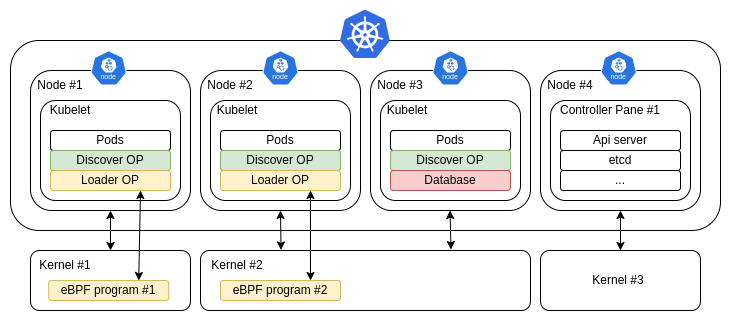
Earlier version of the draw.io export docs/images/overall-design.png (San7o/hive-operator). Source tidied: cells renumbered, new cells last; positions are measured from the earlier drawing's top-left corner, leaving out a move shared by most shapes.
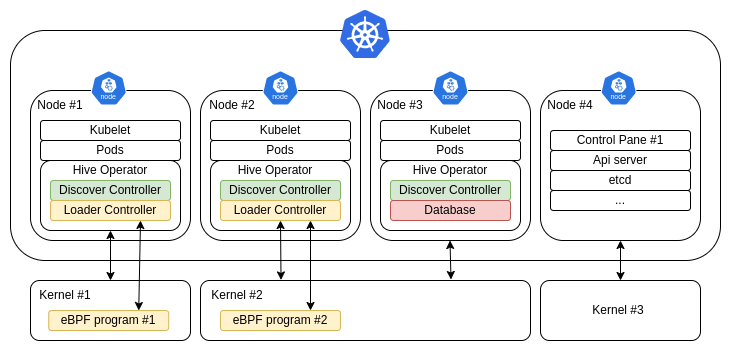
Later version of the same file.

Commit message:
docs: updated the design document after review

Change to the diagram source:
```diff
@@ -3,7 +3,7 @@
     <mxCell id="0" />
     <mxCell id="1" parent="0" />
     <mxCell id="2" style="rounded=1;whiteSpace=wrap;html=1;" parent="1" vertex="1">
-      <mxGeometry y="30" width="710" height="190" as="geometry" />
+      <mxGeometry y="-10" width="710" height="230" as="geometry" />
     </mxCell>
     <mxCell id="3" style="rounded=1;whiteSpace=wrap;html=1;" parent="1" vertex="1">
       <mxGeometry x="20" y="240" width="160" height="60" as="geometry" />
@@ -12,81 +12,73 @@
       <mxGeometry x="190" y="240" width="330" height="60" as="geometry" />
     </mxCell>
     <mxCell id="5" style="rounded=1;whiteSpace=wrap;html=1;" parent="1" vertex="1">
-      <mxGeometry x="20" y="60" width="160" height="140" as="geometry" />
+      <mxGeometry x="20" y="50" width="160" height="150" as="geometry" />
     </mxCell>
+    <mxCell id="50" style="rounded=1;whiteSpace=wrap;html=1;" parent="1" vertex="1">
+      <mxGeometry x="30" y="120" width="140" height="70" as="geometry" />
+    </mxCell>
     <mxCell id="6" style="rounded=1;whiteSpace=wrap;html=1;" parent="1" vertex="1">
-      <mxGeometry x="190" y="60" width="160" height="140" as="geometry" />
+      <mxGeometry x="190" y="50" width="160" height="150" as="geometry" />
     </mxCell>
+    <mxCell id="51" style="rounded=1;whiteSpace=wrap;html=1;" parent="1" vertex="1">
+      <mxGeometry x="200" y="120" width="140" height="70" as="geometry" />
+    </mxCell>
     <mxCell id="7" style="rounded=1;whiteSpace=wrap;html=1;" parent="1" vertex="1">
-      <mxGeometry x="360" y="60" width="160" height="140" as="geometry" />
+      <mxGeometry x="360" y="50" width="160" height="150" as="geometry" />
     </mxCell>
+    <mxCell id="52" style="rounded=1;whiteSpace=wrap;html=1;" parent="1" vertex="1">
+      <mxGeometry x="370" y="120" width="140" height="70" as="geometry" />
+    </mxCell>
     <mxCell id="8" value="Node #1" style="text;html=1;align=center;verticalAlign=middle;whiteSpace=wrap;rounded=0;" parent="1" vertex="1">
-      <mxGeometry x="20" y="60" width="60" height="30" as="geometry" />
+      <mxGeometry x="20" y="50" width="60" height="30" as="geometry" />
     </mxCell>
     <mxCell id="9" value="Node #2" style="text;html=1;align=center;verticalAlign=middle;whiteSpace=wrap;rounded=0;" parent="1" vertex="1">
-      <mxGeometry x="190" y="60" width="60" height="30" as="geometry" />
+      <mxGeometry x="191.8" y="50" width="60" height="30" as="geometry" />
     </mxCell>
     <mxCell id="10" value="Node #3" style="text;html=1;align=center;verticalAlign=middle;whiteSpace=wrap;rounded=0;" parent="1" vertex="1">
-      <mxGeometry x="360" y="60" width="60" height="30" as="geometry" />
+      <mxGeometry x="360" y="50" width="60" height="30" as="geometry" />
     </mxCell>
-    <mxCell id="11" style="rounded=1;whiteSpace=wrap;html=1;" parent="1" vertex="1">
-      <mxGeometry x="30" y="90" width="140" height="100" as="geometry" />
+    <mxCell id="11" value="Kubelet" style="rounded=1;whiteSpace=wrap;html=1;" parent="1" vertex="1">
+      <mxGeometry x="30" y="80" width="140" height="20" as="geometry" />
     </mxCell>
-    <mxCell id="12" value="Kubelet" style="text;html=1;align=center;verticalAlign=middle;whiteSpace=wrap;rounded=0;" parent="1" vertex="1">
-      <mxGeometry x="35" y="90" width="50" height="20" as="geometry" />
-    </mxCell>
     <mxCell id="13" value="Pods" style="rounded=1;whiteSpace=wrap;html=1;" parent="1" vertex="1">
-      <mxGeometry x="40" y="120" width="120" height="20" as="geometry" />
+      <mxGeometry x="30" y="100" width="140" height="20" as="geometry" />
     </mxCell>
-    <mxCell id="14" value="Discover OP" style="rounded=1;whiteSpace=wrap;html=1;fillColor=#d5e8d4;strokeColor=#82b366;" parent="1" vertex="1">
+    <mxCell id="14" value="Discover Controller" style="rounded=1;whiteSpace=wrap;html=1;fillColor=#d5e8d4;strokeColor=#82b366;" parent="1" vertex="1">
       <mxGeometry x="40" y="140" width="120" height="20" as="geometry" />
     </mxCell>
-    <mxCell id="15" value="Loader OP" style="rounded=1;whiteSpace=wrap;html=1;fillColor=#fff2cc;strokeColor=#d6b656;" parent="1" vertex="1">
+    <mxCell id="15" value="Loader Controller" style="rounded=1;whiteSpace=wrap;html=1;fillColor=#fff2cc;strokeColor=#d6b656;" parent="1" vertex="1">
       <mxGeometry x="40" y="160" width="120" height="20" as="geometry" />
     </mxCell>
-    <mxCell id="16" style="rounded=1;whiteSpace=wrap;html=1;" parent="1" vertex="1">
-      <mxGeometry x="200" y="90" width="140" height="100" as="geometry" />
-    </mxCell>
-    <mxCell id="17" value="Kubelet" style="text;html=1;align=center;verticalAlign=middle;whiteSpace=wrap;rounded=0;" parent="1" vertex="1">
-      <mxGeometry x="201.8" y="90" width="50" height="20" as="geometry" />
-    </mxCell>
     <mxCell id="18" value="Pods" style="rounded=1;whiteSpace=wrap;html=1;" parent="1" vertex="1">
-      <mxGeometry x="210" y="120" width="120" height="20" as="geometry" />
+      <mxGeometry x="200" y="100" width="140" height="20" as="geometry" />
     </mxCell>
-    <mxCell id="19" value="Discover OP" style="rounded=1;whiteSpace=wrap;html=1;fillColor=#d5e8d4;strokeColor=#82b366;" parent="1" vertex="1">
+    <mxCell id="19" value="Discover Controller" style="rounded=1;whiteSpace=wrap;html=1;fillColor=#d5e8d4;strokeColor=#82b366;" parent="1" vertex="1">
       <mxGeometry x="210" y="140" width="120" height="20" as="geometry" />
     </mxCell>
-    <mxCell id="20" value="Loader OP" style="rounded=1;whiteSpace=wrap;html=1;fillColor=#fff2cc;strokeColor=#d6b656;glass=0;" parent="1" vertex="1">
+    <mxCell id="20" value="Loader Controller" style="rounded=1;whiteSpace=wrap;html=1;fillColor=#fff2cc;strokeColor=#d6b656;glass=0;" parent="1" vertex="1">
       <mxGeometry x="210" y="160" width="120" height="20" as="geometry" />
     </mxCell>
-    <mxCell id="21" style="rounded=1;whiteSpace=wrap;html=1;" parent="1" vertex="1">
-      <mxGeometry x="370" y="90" width="140" height="100" as="geometry" />
-    </mxCell>
-    <mxCell id="22" value="Kubelet" style="text;html=1;align=center;verticalAlign=middle;whiteSpace=wrap;rounded=0;" parent="1" vertex="1">
-      <mxGeometry x="371.8" y="90" width="50" height="20" as="geometry" />
-    </mxCell>
     <mxCell id="23" value="Pods" style="rounded=1;whiteSpace=wrap;html=1;" parent="1" vertex="1">
-      <mxGeometry x="380" y="120" width="120" height="20" as="geometry" />
+      <mxGeometry x="370" y="100" width="140" height="20" as="geometry" />
     </mxCell>
-    <mxCell id="24" value="Discover OP" style="rounded=1;whiteSpace=wrap;html=1;fillColor=#d5e8d4;strokeColor=#82b366;" parent="1" vertex="1">
+    <mxCell id="24" value="Discover Controller" style="rounded=1;whiteSpace=wrap;html=1;fillColor=#d5e8d4;strokeColor=#82b366;" parent="1" vertex="1">
       <mxGeometry x="380" y="140" width="120" height="20" as="geometry" />
     </mxCell>
-    <mxCell id="25" style="endArrow=classic;startArrow=classic;html=1;rounded=0;exitX=0.5;exitY=0;exitDx=0;exitDy=0;" parent="1" edge="1" source="3">
-      <mxGeometry relative="1" as="geometry">
-        <mxPoint x="100" y="200" as="targetPoint" />
-      </mxGeometry>
+    <mxCell id="25" style="endArrow=classic;startArrow=classic;html=1;rounded=0;exitX=0.5;exitY=0;exitDx=0;exitDy=0;entryX=0.5;entryY=1;entryDx=0;entryDy=0;" parent="1" edge="1" source="3" target="50">
+      <mxGeometry relative="1" as="geometry" />
     </mxCell>
     <mxCell id="26" style="sketch=0;html=1;dashed=0;whitespace=wrap;verticalLabelPosition=bottom;verticalAlign=top;fillColor=#2875E2;strokeColor=#ffffff;shape=mxgraph.kubernetes.icon2;kubernetesLabel=1;prIcon=node;" parent="1" vertex="1">
-      <mxGeometry x="80" y="40" width="36.5" height="35" as="geometry" />
+      <mxGeometry x="80" y="30" width="36.5" height="35" as="geometry" />
     </mxCell>
     <mxCell id="27" style="sketch=0;html=1;dashed=0;whitespace=wrap;verticalLabelPosition=bottom;verticalAlign=top;fillColor=#2875E2;strokeColor=#ffffff;shape=mxgraph.kubernetes.icon2;kubernetesLabel=1;prIcon=node;" parent="1" vertex="1">
-      <mxGeometry x="251.8" y="40" width="36.5" height="35" as="geometry" />
+      <mxGeometry x="251.8" y="30" width="36.5" height="35" as="geometry" />
     </mxCell>
     <mxCell id="28" style="sketch=0;html=1;dashed=0;whitespace=wrap;verticalLabelPosition=bottom;verticalAlign=top;fillColor=#2875E2;strokeColor=#ffffff;shape=mxgraph.kubernetes.icon2;kubernetesLabel=1;prIcon=node;" parent="1" vertex="1">
-      <mxGeometry x="421.8" y="40" width="36.5" height="35" as="geometry" />
+      <mxGeometry x="421.8" y="30" width="36.5" height="35" as="geometry" />
     </mxCell>
     <mxCell id="29" style="image;sketch=0;html=1;align=center;fontSize=12;image=img/lib/mscae/Kubernetes.svg;" parent="1" vertex="1">
-      <mxGeometry x="330" width="50" height="48" as="geometry" />
+      <mxGeometry x="330" y="-30" width="50" height="48" as="geometry" />
     </mxCell>
     <mxCell id="30" value="eBPF program #1" style="rounded=1;whiteSpace=wrap;html=1;fillColor=#fff2cc;strokeColor=#d6b656;" parent="1" vertex="1">
       <mxGeometry x="38.2" y="270" width="120" height="20" as="geometry" />
@@ -103,7 +95,7 @@
     <mxCell id="34" style="endArrow=classic;startArrow=classic;html=1;rounded=0;exitX=0.75;exitY=0;exitDx=0;exitDy=0;entryX=0.75;entryY=1;entryDx=0;entryDy=0;" parent="1" edge="1" source="30" target="15">
       <mxGeometry relative="1" as="geometry" />
     </mxCell>
-    <mxCell id="35" style="endArrow=classic;startArrow=classic;html=1;rounded=0;exitX=0.244;exitY=-0.009;exitDx=0;exitDy=0;entryX=0.5;entryY=1;entryDx=0;entryDy=0;exitPerimeter=0;" parent="1" edge="1" source="4" target="6">
+    <mxCell id="35" style="endArrow=classic;startArrow=classic;html=1;rounded=0;exitX=0.244;exitY=-0.009;exitDx=0;exitDy=0;entryX=0.5;entryY=1;entryDx=0;entryDy=0;exitPerimeter=0;" parent="1" edge="1" source="4" target="20">
       <mxGeometry relative="1" as="geometry" />
     </mxCell>
     <mxCell id="36" style="endArrow=classic;startArrow=classic;html=1;rounded=0;exitX=0.244;exitY=-0.009;exitDx=0;exitDy=0;entryX=0.5;entryY=1;entryDx=0;entryDy=0;exitPerimeter=0;" parent="1" edge="1">
@@ -121,39 +113,51 @@
       <mxGeometry x="530" y="240" width="160" height="60" as="geometry" />
     </mxCell>
     <mxCell id="39" style="rounded=1;whiteSpace=wrap;html=1;" parent="1" vertex="1">
-      <mxGeometry x="530" y="60" width="160" height="140" as="geometry" />
+      <mxGeometry x="530" y="50" width="160" height="150" as="geometry" />
     </mxCell>
     <mxCell id="40" value="Node #4" style="text;html=1;align=center;verticalAlign=middle;whiteSpace=wrap;rounded=0;" parent="1" vertex="1">
-      <mxGeometry x="530" y="60" width="60" height="30" as="geometry" />
+      <mxGeometry x="530" y="50" width="60" height="30" as="geometry" />
     </mxCell>
-    <mxCell id="41" style="rounded=1;whiteSpace=wrap;html=1;" parent="1" vertex="1">
-      <mxGeometry x="540" y="90" width="140" height="100" as="geometry" />
+    <mxCell id="41" value="Control Pane #1" style="rounded=1;whiteSpace=wrap;html=1;" parent="1" vertex="1">
+      <mxGeometry x="540" y="90" width="140" height="20" as="geometry" />
     </mxCell>
-    <mxCell id="42" value="Controller Pane #1" style="text;html=1;align=center;verticalAlign=middle;whiteSpace=wrap;rounded=0;" parent="1" vertex="1">
-      <mxGeometry x="540" y="90" width="120" height="20" as="geometry" />
-    </mxCell>
     <mxCell id="43" style="endArrow=classic;startArrow=classic;html=1;rounded=0;exitX=0.5;exitY=0;exitDx=0;exitDy=0;" parent="1" edge="1" source="38">
       <mxGeometry relative="1" as="geometry">
         <mxPoint x="610" y="200" as="targetPoint" />
       </mxGeometry>
     </mxCell>
     <mxCell id="44" style="sketch=0;html=1;dashed=0;whitespace=wrap;verticalLabelPosition=bottom;verticalAlign=top;fillColor=#2875E2;strokeColor=#ffffff;shape=mxgraph.kubernetes.icon2;kubernetesLabel=1;prIcon=node;" parent="1" vertex="1">
-      <mxGeometry x="590" y="40" width="36.5" height="35" as="geometry" />
+      <mxGeometry x="590" y="30" width="36.5" height="35" as="geometry" />
     </mxCell>
     <mxCell id="45" value="Kernel #3" style="text;html=1;align=center;verticalAlign=middle;whiteSpace=wrap;rounded=0;" parent="1" vertex="1">
       <mxGeometry x="578.2" y="255" width="60" height="30" as="geometry" />
     </mxCell>
     <mxCell id="46" value="Api server" style="rounded=1;whiteSpace=wrap;html=1;" parent="1" vertex="1">
-      <mxGeometry x="550" y="120" width="120" height="20" as="geometry" />
+      <mxGeometry x="540" y="110" width="140" height="20" as="geometry" />
     </mxCell>
     <mxCell id="47" value="etcd" style="rounded=1;whiteSpace=wrap;html=1;" parent="1" vertex="1">
-      <mxGeometry x="550" y="140" width="120" height="20" as="geometry" />
+      <mxGeometry x="540" y="130" width="140" height="20" as="geometry" />
     </mxCell>
     <mxCell id="48" value="..." style="rounded=1;whiteSpace=wrap;html=1;" parent="1" vertex="1">
-      <mxGeometry x="550" y="160" width="120" height="20" as="geometry" />
+      <mxGeometry x="540" y="150" width="140" height="20" as="geometry" />
     </mxCell>
     <mxCell id="49" value="Database" style="rounded=1;whiteSpace=wrap;html=1;fillColor=#f8cecc;strokeColor=#b85450;glass=0;" parent="1" vertex="1">
       <mxGeometry x="380" y="160" width="120" height="20" as="geometry" />
     </mxCell>
+    <mxCell id="53" value="Kubelet" style="rounded=1;whiteSpace=wrap;html=1;" parent="1" vertex="1">
+      <mxGeometry x="370" y="80" width="140" height="20" as="geometry" />
+    </mxCell>
+    <mxCell id="54" value="Kubelet" style="rounded=1;whiteSpace=wrap;html=1;" parent="1" vertex="1">
+      <mxGeometry x="200" y="80" width="140" height="20" as="geometry" />
+    </mxCell>
+    <mxCell id="55" value="Hive Operator" style="text;html=1;align=center;verticalAlign=middle;whiteSpace=wrap;rounded=0;" parent="1" vertex="1">
+      <mxGeometry x="60" y="120" width="80" height="20" as="geometry" />
+    </mxCell>
+    <mxCell id="56" value="Hive Operator" style="text;html=1;align=center;verticalAlign=middle;whiteSpace=wrap;rounded=0;" parent="1" vertex="1">
+      <mxGeometry x="225" y="120" width="80" height="20" as="geometry" />
+    </mxCell>
+    <mxCell id="57" value="Hive Operator" style="text;html=1;align=center;verticalAlign=middle;whiteSpace=wrap;rounded=0;" parent="1" vertex="1">
+      <mxGeometry x="400" y="120" width="80" height="20" as="geometry" />
+    </mxCell>
   </root>
 </mxGraphModel>
```
